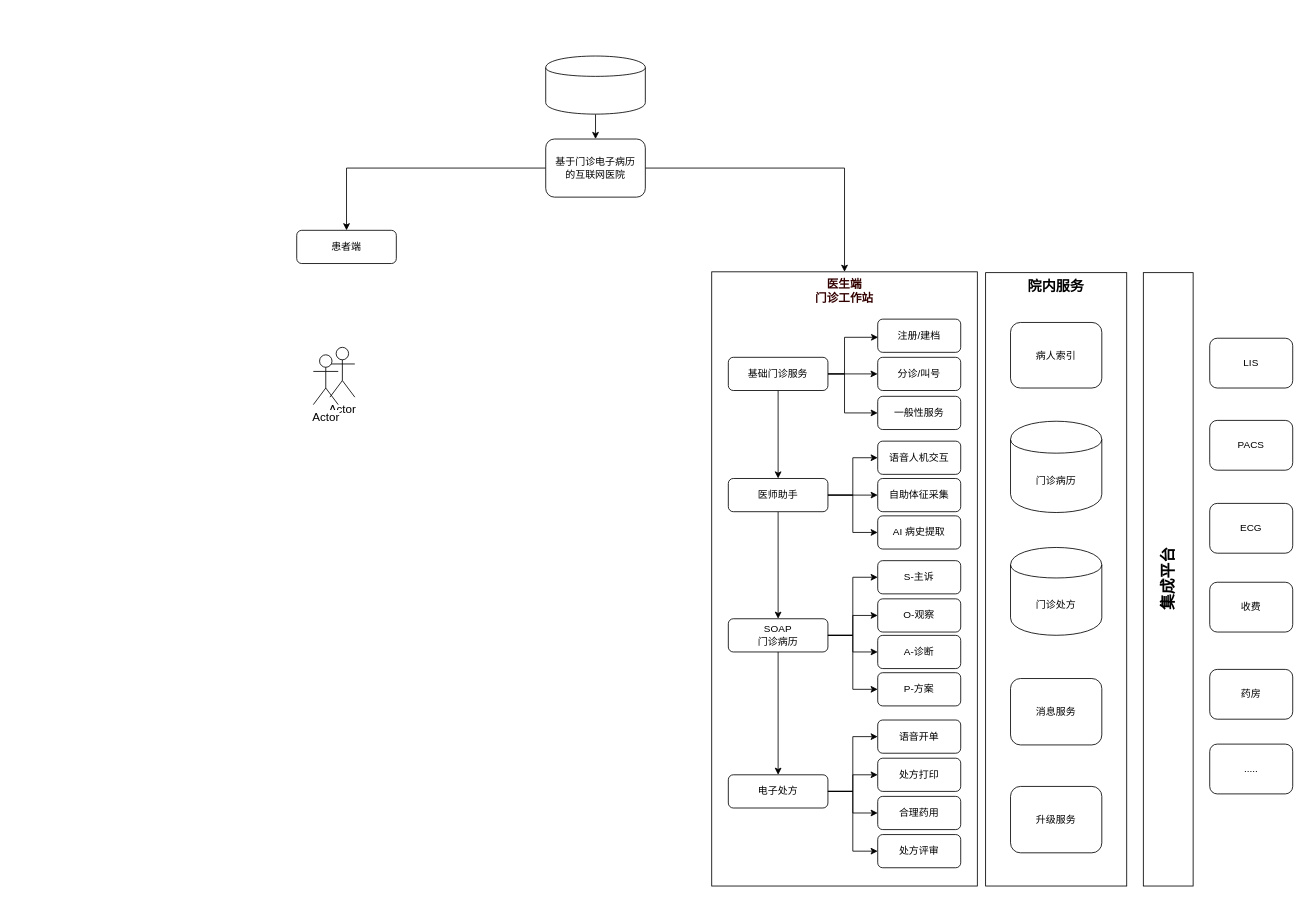
hebzhjg/ntl2020 keeps this draw.io diagram as page "产品架构" (1 of 3) of draws/门诊电子病历互联网医院设计.drawio. Above is the earlier version. Source tidied: cells renumbered, new cells numbered last; positions are measured from the earlier drawing's top-left corner, leaving out a move shared by most shapes. Both pictures are drawn from the tidied source at 83%, with x=0, y=0 at pixel (296, 56).
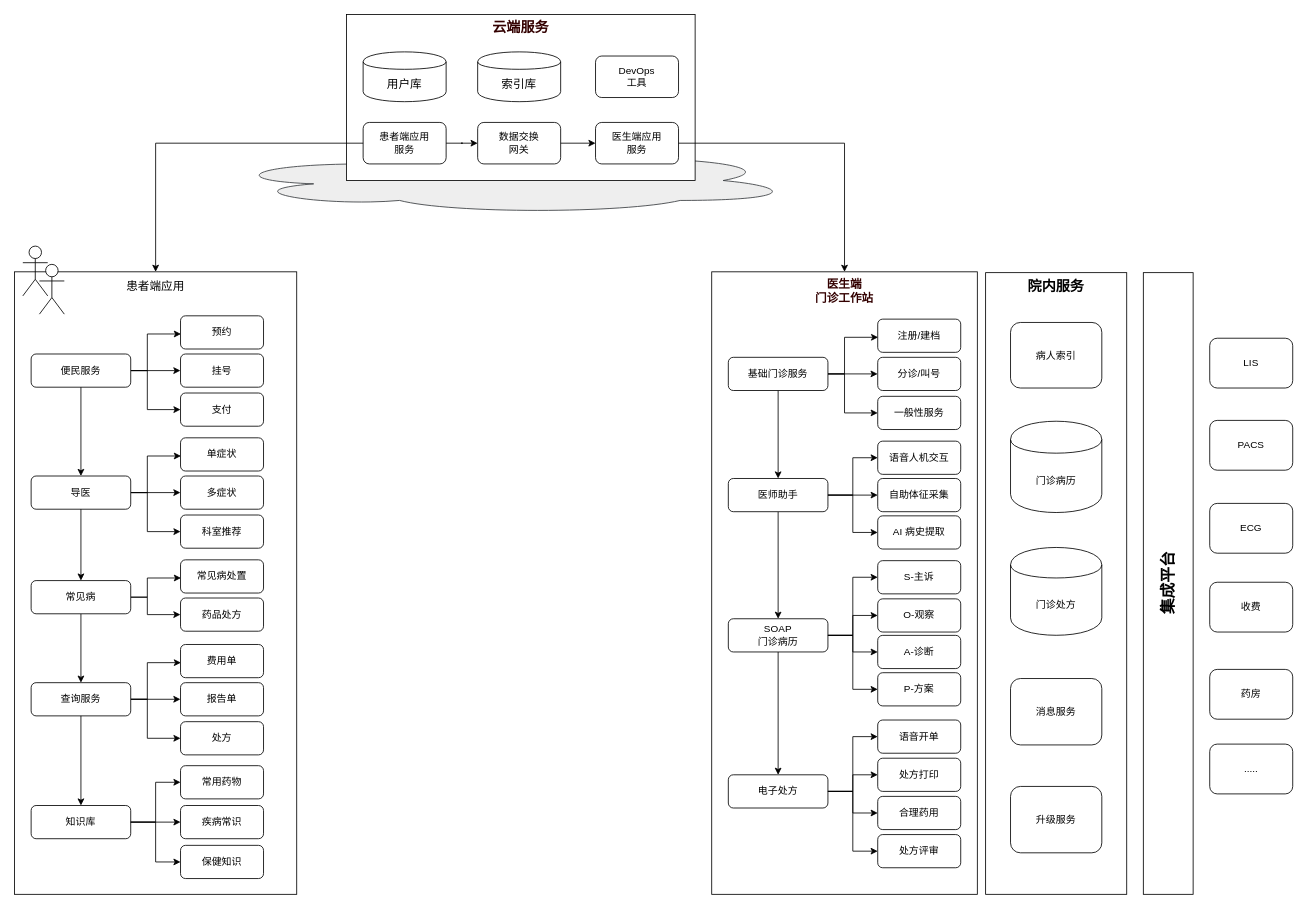
Above is the later version.

The edit, as a diff of the source:
```diff
@@
+    <mxCell id="64" style="group;" parent="1" vertex="1">
+      <mxGeometry x="60" y="-50" width="540" height="240" as="geometry" />
+    </mxCell>
+    <mxCell id="65" style="ellipse;shape=cloud;whiteSpace=wrap;html=1;fontSize=17;fillColor=#eeeeee;strokeColor=#36393d;" parent="64" vertex="1">
+      <mxGeometry x="-150" y="160" width="690" height="80" as="geometry" />
+    </mxCell>
+    <mxCell id="66" value="云端服务" style="rounded=0;whiteSpace=wrap;html=1;fontSize=17;fontColor=#330000;verticalAlign=top;fontStyle=1;" parent="64" vertex="1">
+      <mxGeometry width="420" height="200" as="geometry" />
+    </mxCell>
+    <mxCell id="5" value="患者端应用&lt;br&gt;服务" style="rounded=1;whiteSpace=wrap;html=1;" parent="64" vertex="1">
+      <mxGeometry x="20" y="130" width="100" height="50" as="geometry" />
+    </mxCell>
+    <mxCell id="25" value="索引库" style="shape=cylinder;whiteSpace=wrap;html=1;boundedLbl=1;backgroundOutline=1;rounded=0;shadow=0;fontSize=14;align=center;" parent="64" vertex="1">
+      <mxGeometry x="158" y="45" width="100" height="60" as="geometry" />
+    </mxCell>
+    <mxCell id="67" value="数据交换&lt;br&gt;网关" style="rounded=1;whiteSpace=wrap;html=1;" parent="64" vertex="1">
+      <mxGeometry x="158" y="130" width="100" height="50" as="geometry" />
+    </mxCell>
+    <mxCell id="68" style="edgeStyle=orthogonalEdgeStyle;rounded=0;jettySize=auto;html=1;entryX=0;entryY=0.5;entryDx=0;entryDy=0;fontSize=17;fontColor=#330000;" parent="64" edge="1" source="5" target="67">
+      <mxGeometry relative="1" as="geometry" />
+    </mxCell>
+    <mxCell id="69" value="医生端应用&lt;br&gt;服务" style="rounded=1;whiteSpace=wrap;html=1;" parent="64" vertex="1">
+      <mxGeometry x="300" y="130" width="100" height="50" as="geometry" />
+    </mxCell>
+    <mxCell id="70" style="edgeStyle=orthogonalEdgeStyle;rounded=0;jettySize=auto;html=1;fontSize=17;fontColor=#330000;" parent="64" edge="1" source="67" target="69">
+      <mxGeometry relative="1" as="geometry" />
+    </mxCell>
+    <mxCell id="71" value="DevOps&lt;br&gt;工具" style="rounded=1;whiteSpace=wrap;html=1;" parent="64" vertex="1">
+      <mxGeometry x="300" y="50" width="100" height="50" as="geometry" />
+    </mxCell>
+    <mxCell id="72" value="用户库" style="shape=cylinder;whiteSpace=wrap;html=1;boundedLbl=1;backgroundOutline=1;rounded=0;shadow=0;fontSize=14;align=center;" parent="64" vertex="1">
+      <mxGeometry x="20" y="45" width="100" height="60" as="geometry" />
+    </mxCell>
     <mxCell id="2" value="院内服务" style="rounded=0;whiteSpace=wrap;html=1;fontSize=17;align=center;verticalAlign=top;fontStyle=1;" parent="1" vertex="1">
-      <mxGeometry x="830" y="261" width="170" height="739" as="geometry" />
+      <mxGeometry x="830" y="261" width="170" height="749" as="geometry" />
     </mxCell>
-    <mxCell id="3" style="edgeStyle=orthogonalEdgeStyle;rounded=0;jettySize=auto;html=1;" parent="1" edge="1" source="5" target="6">
+    <mxCell id="3" style="edgeStyle=orthogonalEdgeStyle;rounded=0;jettySize=auto;html=1;entryX=0.5;entryY=0;entryDx=0;entryDy=0;exitX=0;exitY=0.5;exitDx=0;exitDy=0;" parent="1" edge="1" source="5" target="73">
       <mxGeometry relative="1" as="geometry" />
     </mxCell>
-    <mxCell id="4" style="edgeStyle=orthogonalEdgeStyle;rounded=0;jettySize=auto;html=1;exitX=1;exitY=0.5;exitDx=0;exitDy=0;" parent="1" edge="1" source="5" target="8">
+    <mxCell id="4" style="edgeStyle=orthogonalEdgeStyle;rounded=0;jettySize=auto;html=1;exitX=1;exitY=0.5;exitDx=0;exitDy=0;" parent="1" edge="1" source="69" target="8">
       <mxGeometry relative="1" as="geometry" />
     </mxCell>
-    <mxCell id="5" value="基于门诊电子病历&lt;br&gt;的互联网医院" style="rounded=1;whiteSpace=wrap;html=1;" parent="1" vertex="1">
-      <mxGeometry x="300" y="100" width="120" height="70" as="geometry" />
-    </mxCell>
-    <mxCell id="6" value="患者端" style="rounded=1;whiteSpace=wrap;html=1;" parent="1" vertex="1">
-      <mxGeometry y="210" width="120" height="40" as="geometry" />
-    </mxCell>
@@
     <mxCell id="8" value="医生端&lt;br style=&quot;font-size: 14px;&quot;&gt;门诊工作站" style="rounded=0;whiteSpace=wrap;html=1;verticalAlign=top;fontStyle=1;fontSize=14;fontColor=#330000;" parent="1" vertex="1">
-      <mxGeometry x="500" y="260" width="320" height="740" as="geometry" />
+      <mxGeometry x="500" y="260" width="320" height="750" as="geometry" />
     </mxCell>
@@
     <mxCell id="19" value="集成平台" style="rounded=0;whiteSpace=wrap;html=1;verticalAlign=middle;horizontal=0;fontSize=19;align=center;fontStyle=1;" parent="1" vertex="1">
-      <mxGeometry x="1020" y="261" width="60" height="739" as="geometry" />
+      <mxGeometry x="1020" y="261" width="60" height="749" as="geometry" />
     </mxCell>
@@
-    <mxCell id="22" value="Actor" style="shape=umlActor;verticalLabelPosition=bottom;labelBackgroundColor=#ffffff;verticalAlign=top;html=1;rounded=0;shadow=0;fontSize=14;align=center;" parent="1" vertex="1">
-      <mxGeometry x="40" y="351" width="30" height="60" as="geometry" />
-    </mxCell>
-    <mxCell id="23" value="Actor" style="shape=umlActor;verticalLabelPosition=bottom;labelBackgroundColor=#ffffff;verticalAlign=top;html=1;rounded=0;shadow=0;fontSize=14;align=center;" parent="1" vertex="1">
-      <mxGeometry x="20" y="360" width="30" height="60" as="geometry" />
-    </mxCell>
-    <mxCell id="24" style="edgeStyle=orthogonalEdgeStyle;rounded=0;jettySize=auto;html=1;exitX=0.5;exitY=1;exitDx=0;exitDy=0;entryX=0.5;entryY=0;entryDx=0;entryDy=0;fontSize=14;" parent="1" edge="1" source="25" target="5">
-      <mxGeometry relative="1" as="geometry" />
-    </mxCell>
-    <mxCell id="25" style="shape=cylinder;whiteSpace=wrap;html=1;boundedLbl=1;backgroundOutline=1;rounded=0;shadow=0;fontSize=14;align=center;" parent="1" vertex="1">
-      <mxGeometry x="300" width="120" height="70" as="geometry" />
-    </mxCell>
@@
+    <mxCell id="73" value="&lt;span style=&quot;color: rgb(0 , 0 , 0) ; white-space: normal&quot;&gt;&lt;font style=&quot;font-size: 14px&quot;&gt;患者端应用&lt;/font&gt;&lt;/span&gt;" style="rounded=0;whiteSpace=wrap;html=1;fontSize=17;fontColor=#330000;verticalAlign=top;" parent="1" vertex="1">
+      <mxGeometry x="-340" y="260" width="340" height="750" as="geometry" />
+    </mxCell>
+    <mxCell id="74" style="group;" parent="1" vertex="1">
+      <mxGeometry x="-320" y="313" width="280" height="133" as="geometry" />
+    </mxCell>
+    <mxCell id="75" value="挂号" style="rounded=1;whiteSpace=wrap;html=1;" parent="74" vertex="1">
+      <mxGeometry x="180" y="46" width="100" height="40" as="geometry" />
+    </mxCell>
+    <mxCell id="76" value="预约" style="rounded=1;whiteSpace=wrap;html=1;" parent="74" vertex="1">
+      <mxGeometry x="180" width="100" height="40" as="geometry" />
+    </mxCell>
+    <mxCell id="77" value="支付" style="rounded=1;whiteSpace=wrap;html=1;" parent="74" vertex="1">
+      <mxGeometry x="180" y="93" width="100" height="40" as="geometry" />
+    </mxCell>
+    <mxCell id="78" style="edgeStyle=orthogonalEdgeStyle;rounded=0;jettySize=auto;html=1;exitX=1;exitY=0.5;exitDx=0;exitDy=0;entryX=0.005;entryY=0.547;entryDx=0;entryDy=0;entryPerimeter=0;" parent="74" edge="1" source="81" target="76">
+      <mxGeometry relative="1" as="geometry">
+        <Array as="points">
+          <mxPoint x="140" y="66" />
+          <mxPoint x="140" y="22" />
+        </Array>
+      </mxGeometry>
+    </mxCell>
+    <mxCell id="79" style="edgeStyle=orthogonalEdgeStyle;rounded=0;orthogonalLoop=1;jettySize=auto;html=1;entryX=0;entryY=0.5;entryDx=0;entryDy=0;" parent="74" edge="1">
+      <mxGeometry relative="1" as="geometry">
+        <mxPoint x="120" y="66" as="sourcePoint" />
+        <mxPoint x="179.9" y="66" as="targetPoint" />
+      </mxGeometry>
+    </mxCell>
+    <mxCell id="80" style="edgeStyle=orthogonalEdgeStyle;rounded=0;jettySize=auto;html=1;exitX=1;exitY=0.5;exitDx=0;exitDy=0;" parent="74" edge="1" source="81">
+      <mxGeometry relative="1" as="geometry">
+        <mxPoint x="180" y="113" as="targetPoint" />
+        <Array as="points">
+          <mxPoint x="140" y="66" />
+          <mxPoint x="140" y="113" />
+        </Array>
+      </mxGeometry>
+    </mxCell>
+    <mxCell id="81" value="便民服务" style="rounded=1;whiteSpace=wrap;html=1;" parent="74" vertex="1">
+      <mxGeometry y="46" width="120" height="40" as="geometry" />
+    </mxCell>
+    <mxCell id="82" style="group;" parent="1" vertex="1">
+      <mxGeometry x="-320" y="709" width="280" height="133" as="geometry" />
+    </mxCell>
+    <mxCell id="83" value="报告单" style="rounded=1;whiteSpace=wrap;html=1;" parent="82" vertex="1">
+      <mxGeometry x="180" y="46" width="100" height="40" as="geometry" />
+    </mxCell>
+    <mxCell id="84" value="费用单" style="rounded=1;whiteSpace=wrap;html=1;" parent="82" vertex="1">
+      <mxGeometry x="180" width="100" height="40" as="geometry" />
+    </mxCell>
+    <mxCell id="85" value="处方" style="rounded=1;whiteSpace=wrap;html=1;" parent="82" vertex="1">
+      <mxGeometry x="180" y="93" width="100" height="40" as="geometry" />
+    </mxCell>
+    <mxCell id="86" style="edgeStyle=orthogonalEdgeStyle;rounded=0;jettySize=auto;html=1;exitX=1;exitY=0.5;exitDx=0;exitDy=0;entryX=0.005;entryY=0.547;entryDx=0;entryDy=0;entryPerimeter=0;" parent="82" edge="1" source="89" target="84">
+      <mxGeometry relative="1" as="geometry">
+        <Array as="points">
+          <mxPoint x="140" y="66" />
+          <mxPoint x="140" y="22" />
+        </Array>
+      </mxGeometry>
+    </mxCell>
+    <mxCell id="87" style="edgeStyle=orthogonalEdgeStyle;rounded=0;orthogonalLoop=1;jettySize=auto;html=1;entryX=0;entryY=0.5;entryDx=0;entryDy=0;" parent="82" edge="1">
+      <mxGeometry relative="1" as="geometry">
+        <mxPoint x="120" y="66" as="sourcePoint" />
+        <mxPoint x="179.9" y="66" as="targetPoint" />
+      </mxGeometry>
+    </mxCell>
+    <mxCell id="88" style="edgeStyle=orthogonalEdgeStyle;rounded=0;jettySize=auto;html=1;exitX=1;exitY=0.5;exitDx=0;exitDy=0;" parent="82" edge="1" source="89">
+      <mxGeometry relative="1" as="geometry">
+        <mxPoint x="180" y="113" as="targetPoint" />
+        <Array as="points">
+          <mxPoint x="140" y="66" />
+          <mxPoint x="140" y="113" />
+        </Array>
+      </mxGeometry>
+    </mxCell>
+    <mxCell id="89" value="查询服务" style="rounded=1;whiteSpace=wrap;html=1;" parent="82" vertex="1">
+      <mxGeometry y="46" width="120" height="40" as="geometry" />
+    </mxCell>
+    <mxCell id="90" style="group;" parent="1" vertex="1">
+      <mxGeometry x="-320" y="460" width="280" height="133" as="geometry" />
+    </mxCell>
+    <mxCell id="91" value="多症状" style="rounded=1;whiteSpace=wrap;html=1;" parent="90" vertex="1">
+      <mxGeometry x="180" y="46" width="100" height="40" as="geometry" />
+    </mxCell>
+    <mxCell id="92" value="单症状" style="rounded=1;whiteSpace=wrap;html=1;" parent="90" vertex="1">
+      <mxGeometry x="180" width="100" height="40" as="geometry" />
+    </mxCell>
+    <mxCell id="93" value="科室推荐" style="rounded=1;whiteSpace=wrap;html=1;" parent="90" vertex="1">
+      <mxGeometry x="180" y="93" width="100" height="40" as="geometry" />
+    </mxCell>
+    <mxCell id="94" style="edgeStyle=orthogonalEdgeStyle;rounded=0;jettySize=auto;html=1;exitX=1;exitY=0.5;exitDx=0;exitDy=0;entryX=0.005;entryY=0.547;entryDx=0;entryDy=0;entryPerimeter=0;" parent="90" edge="1" source="97" target="92">
+      <mxGeometry relative="1" as="geometry">
+        <Array as="points">
+          <mxPoint x="140" y="66" />
+          <mxPoint x="140" y="22" />
+        </Array>
+      </mxGeometry>
+    </mxCell>
+    <mxCell id="95" style="edgeStyle=orthogonalEdgeStyle;rounded=0;orthogonalLoop=1;jettySize=auto;html=1;entryX=0;entryY=0.5;entryDx=0;entryDy=0;" parent="90" edge="1">
+      <mxGeometry relative="1" as="geometry">
+        <mxPoint x="120" y="66" as="sourcePoint" />
+        <mxPoint x="179.9" y="66" as="targetPoint" />
+      </mxGeometry>
+    </mxCell>
+    <mxCell id="96" style="edgeStyle=orthogonalEdgeStyle;rounded=0;jettySize=auto;html=1;exitX=1;exitY=0.5;exitDx=0;exitDy=0;" parent="90" edge="1" source="97">
+      <mxGeometry relative="1" as="geometry">
+        <mxPoint x="180" y="113" as="targetPoint" />
+        <Array as="points">
+          <mxPoint x="140" y="66" />
+          <mxPoint x="140" y="113" />
+        </Array>
+      </mxGeometry>
+    </mxCell>
+    <mxCell id="97" value="导医" style="rounded=1;whiteSpace=wrap;html=1;" parent="90" vertex="1">
+      <mxGeometry y="46" width="120" height="40" as="geometry" />
+    </mxCell>
+    <mxCell id="98" value="药品处方" style="rounded=1;whiteSpace=wrap;html=1;" parent="1" vertex="1">
+      <mxGeometry x="-140" y="653" width="100" height="40" as="geometry" />
+    </mxCell>
+    <mxCell id="99" value="常见病处置" style="rounded=1;whiteSpace=wrap;html=1;" parent="1" vertex="1">
+      <mxGeometry x="-140" y="607" width="100" height="40" as="geometry" />
+    </mxCell>
+    <mxCell id="100" style="edgeStyle=orthogonalEdgeStyle;rounded=0;jettySize=auto;html=1;exitX=1;exitY=0.5;exitDx=0;exitDy=0;entryX=0.005;entryY=0.547;entryDx=0;entryDy=0;entryPerimeter=0;" parent="1" edge="1" source="103" target="99">
+      <mxGeometry relative="1" as="geometry">
+        <Array as="points">
+          <mxPoint x="-180" y="652" />
+          <mxPoint x="-180" y="629" />
+        </Array>
+      </mxGeometry>
+    </mxCell>
+    <mxCell id="101" style="edgeStyle=orthogonalEdgeStyle;rounded=0;jettySize=auto;html=1;entryX=0;entryY=0.5;entryDx=0;entryDy=0;exitX=1;exitY=0.5;exitDx=0;exitDy=0;" parent="1" edge="1" source="103">
+      <mxGeometry relative="1" as="geometry">
+        <mxPoint x="-140.1" y="673" as="targetPoint" />
+        <Array as="points">
+          <mxPoint x="-180" y="652" />
+          <mxPoint x="-180" y="673" />
+        </Array>
+      </mxGeometry>
+    </mxCell>
+    <mxCell id="102" style="edgeStyle=orthogonalEdgeStyle;rounded=0;jettySize=auto;html=1;fontSize=17;fontColor=#330000;" parent="1" edge="1" source="103" target="89">
+      <mxGeometry relative="1" as="geometry" />
+    </mxCell>
+    <mxCell id="103" value="常见病" style="rounded=1;whiteSpace=wrap;html=1;" parent="1" vertex="1">
+      <mxGeometry x="-320" y="632" width="120" height="40" as="geometry" />
+    </mxCell>
+    <mxCell id="104" style="edgeStyle=orthogonalEdgeStyle;rounded=0;jettySize=auto;html=1;fontSize=17;fontColor=#330000;" parent="1" edge="1" source="81" target="97">
+      <mxGeometry relative="1" as="geometry" />
+    </mxCell>
+    <mxCell id="105" style="edgeStyle=orthogonalEdgeStyle;rounded=0;jettySize=auto;html=1;entryX=0.5;entryY=0;entryDx=0;entryDy=0;fontSize=17;fontColor=#330000;" parent="1" edge="1" source="97" target="103">
+      <mxGeometry relative="1" as="geometry" />
+    </mxCell>
+    <mxCell id="106" style="edgeStyle=orthogonalEdgeStyle;rounded=0;jettySize=auto;html=1;fontSize=17;fontColor=#330000;" parent="1" edge="1" source="89" target="108">
+      <mxGeometry relative="1" as="geometry" />
+    </mxCell>
+    <mxCell id="107" style="group;" parent="1" vertex="1">
+      <mxGeometry x="-320" y="855" width="280" height="136" as="geometry" />
+    </mxCell>
+    <mxCell id="108" value="知识库" style="rounded=1;whiteSpace=wrap;html=1;" parent="107" vertex="1">
+      <mxGeometry y="48" width="120" height="40" as="geometry" />
+    </mxCell>
+    <mxCell id="109" value="疾病常识" style="rounded=1;whiteSpace=wrap;html=1;" parent="107" vertex="1">
+      <mxGeometry x="180" y="48" width="100" height="40" as="geometry" />
+    </mxCell>
+    <mxCell id="110" style="edgeStyle=orthogonalEdgeStyle;rounded=0;jettySize=auto;html=1;fontSize=17;fontColor=#330000;" parent="107" edge="1" source="108" target="109">
+      <mxGeometry relative="1" as="geometry" />
+    </mxCell>
+    <mxCell id="111" value="常用药物" style="rounded=1;whiteSpace=wrap;html=1;" parent="107" vertex="1">
+      <mxGeometry x="180" width="100" height="40" as="geometry" />
+    </mxCell>
+    <mxCell id="112" style="edgeStyle=orthogonalEdgeStyle;rounded=0;jettySize=auto;html=1;fontSize=17;fontColor=#330000;entryX=0;entryY=0.5;entryDx=0;entryDy=0;" parent="107" edge="1" source="108" target="111">
+      <mxGeometry relative="1" as="geometry">
+        <Array as="points">
+          <mxPoint x="150" y="68" />
+          <mxPoint x="150" y="20" />
+        </Array>
+      </mxGeometry>
+    </mxCell>
+    <mxCell id="113" value="保健知识" style="rounded=1;whiteSpace=wrap;html=1;" parent="107" vertex="1">
+      <mxGeometry x="180" y="96" width="100" height="40" as="geometry" />
+    </mxCell>
+    <mxCell id="114" style="edgeStyle=orthogonalEdgeStyle;rounded=0;jettySize=auto;html=1;entryX=0;entryY=0.5;entryDx=0;entryDy=0;fontSize=17;fontColor=#330000;" parent="107" edge="1" source="108" target="113">
+      <mxGeometry relative="1" as="geometry" />
+    </mxCell>
+    <mxCell id="115" style="group;" parent="1" vertex="1">
+      <mxGeometry x="-330" y="220" width="50" height="69" as="geometry" />
+    </mxCell>
+    <mxCell id="116" style="group;" parent="115" vertex="1">
+      <mxGeometry width="50" height="69" as="geometry" />
+    </mxCell>
+    <mxCell id="117" style="group;" parent="116" vertex="1">
+      <mxGeometry width="50" height="69" as="geometry" />
+    </mxCell>
+    <mxCell id="22" style="shape=umlActor;verticalLabelPosition=bottom;labelBackgroundColor=#ffffff;verticalAlign=top;html=1;rounded=0;shadow=0;fontSize=14;align=center;" parent="117" vertex="1">
+      <mxGeometry x="20" y="31" width="30" height="60" as="geometry" />
+    </mxCell>
+    <mxCell id="23" style="shape=umlActor;verticalLabelPosition=bottom;labelBackgroundColor=#ffffff;verticalAlign=top;html=1;rounded=0;shadow=0;fontSize=14;align=center;" parent="117" vertex="1">
+      <mxGeometry y="9" width="30" height="60" as="geometry" />
+    </mxCell>
```
